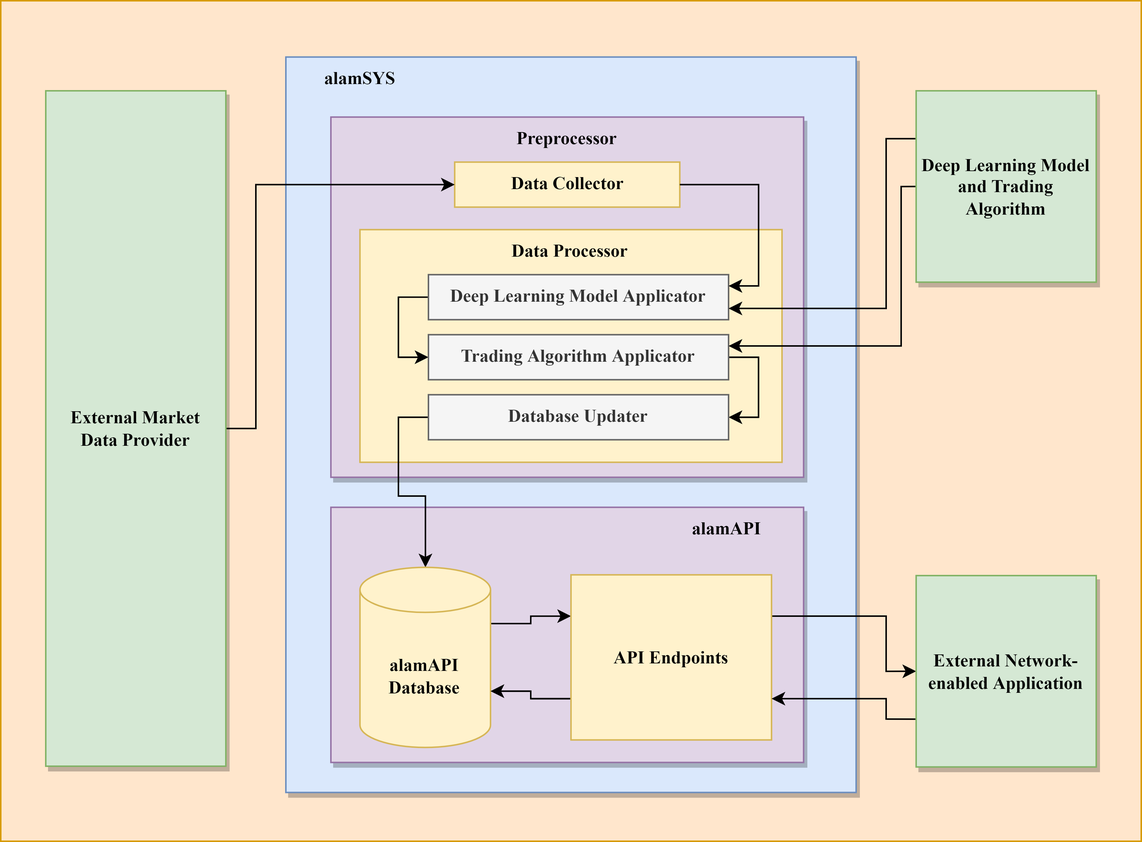
Before: SP_Paper/Final/assets/Chapter_3/SystemOverview.png, a diagram exported from draw.io (GravitonXD/OLARTE_SP). Source tidied: cells renumbered, new cells last; positions are measured from the earlier drawing's top-left corner, leaving out a move shared by most shapes. The source it was exported from:
```xml
<mxGraphModel>
  <root>
    <mxCell id="0" />
    <mxCell id="1" parent="0" />
    <mxCell id="2" style="rounded=0;whiteSpace=wrap;html=1;fillColor=#ffe6cc;strokeColor=#d79b00;" parent="1" vertex="1">
      <mxGeometry width="760" height="560" as="geometry" />
    </mxCell>
    <mxCell id="3" value="&lt;b&gt;&lt;font color=&quot;#000000&quot;&gt;&lt;span style=&quot;white-space: pre;&quot;&gt;&#9;&lt;/span&gt;alamSYS&lt;/font&gt;&lt;/b&gt;" style="rounded=0;whiteSpace=wrap;html=1;fontFamily=cmu;fontSource=https%3A%2F%2Ffontlibrary.org%2F%2Fface%2Fcmu-serif;verticalAlign=top;align=left;fillColor=#dae8fc;strokeColor=#6c8ebf;shadow=1;" parent="1" vertex="1">
      <mxGeometry x="190" y="37.5" width="380" height="490" as="geometry" />
    </mxCell>
    <mxCell id="4" value="&lt;font&gt;&lt;b&gt;Preprocessor&lt;/b&gt;&lt;/font&gt;" style="rounded=0;whiteSpace=wrap;html=1;fillColor=#e1d5e7;strokeColor=#9673a6;shadow=1;verticalAlign=top;fontColor=#000000;fontFamily=cmu;fontSource=https%3A%2F%2Ffontlibrary.org%2F%2Fface%2Fcmu-serif;" parent="1" vertex="1">
      <mxGeometry x="220" y="77.5" width="315" height="240" as="geometry" />
    </mxCell>
    <mxCell id="5" value="&lt;font color=&quot;#000000&quot;&gt;&lt;b&gt;alamAPI&lt;span style=&quot;white-space: pre;&quot;&gt;&#9;&lt;/span&gt;&lt;span style=&quot;white-space: pre;&quot;&gt;&#9;&lt;/span&gt;&lt;/b&gt;&lt;/font&gt;" style="rounded=0;whiteSpace=wrap;html=1;fillColor=#e1d5e7;strokeColor=#9673a6;shadow=1;verticalAlign=top;align=right;fontFamily=cmu;fontSource=https%3A%2F%2Ffontlibrary.org%2F%2Fface%2Fcmu-serif;" parent="1" vertex="1">
      <mxGeometry x="220" y="337.5" width="315" height="170" as="geometry" />
    </mxCell>
    <mxCell id="6" value="&lt;font color=&quot;#000000&quot;&gt;&lt;b&gt;Data Collector&lt;/b&gt;&lt;/font&gt;" style="rounded=0;whiteSpace=wrap;html=1;fillColor=#fff2cc;strokeColor=#d6b656;shadow=0;verticalAlign=top;fontFamily=cmu;fontSource=https%3A%2F%2Ffontlibrary.org%2F%2Fface%2Fcmu-serif;" parent="1" vertex="1">
      <mxGeometry x="302.5" y="107.5" width="150" height="30" as="geometry" />
    </mxCell>
    <mxCell id="7" value="&lt;font color=&quot;#000000&quot;&gt;&lt;b&gt;Data Processor&lt;/b&gt;&lt;/font&gt;" style="rounded=0;whiteSpace=wrap;html=1;fillColor=#fff2cc;strokeColor=#d6b656;shadow=0;verticalAlign=top;fontFamily=cmu;fontSource=https%3A%2F%2Ffontlibrary.org%2F%2Fface%2Fcmu-serif;" parent="1" vertex="1">
      <mxGeometry x="239.4" y="152.5" width="281.2" height="155" as="geometry" />
    </mxCell>
    <mxCell id="8" style="edgeStyle=orthogonalEdgeStyle;rounded=0;jettySize=auto;html=1;exitX=0;exitY=0.5;exitDx=0;exitDy=0;entryX=0;entryY=0.5;entryDx=0;entryDy=0;fontColor=#000000;strokeColor=#000000;" parent="1" edge="1" source="9" target="11">
      <mxGeometry relative="1" as="geometry" />
    </mxCell>
    <mxCell id="9" value="&lt;font&gt;&lt;b&gt;Deep Learning Model Applicator&lt;/b&gt;&lt;/font&gt;" style="rounded=0;whiteSpace=wrap;html=1;fillColor=#f5f5f5;strokeColor=#666666;shadow=0;verticalAlign=top;fontColor=#333333;fontFamily=cmu;fontSource=https%3A%2F%2Ffontlibrary.org%2F%2Fface%2Fcmu-serif;" parent="1" vertex="1">
      <mxGeometry x="285" y="182.5" width="200" height="30" as="geometry" />
    </mxCell>
    <mxCell id="10" style="edgeStyle=orthogonalEdgeStyle;rounded=0;jettySize=auto;html=1;exitX=1;exitY=0.5;exitDx=0;exitDy=0;entryX=1;entryY=0.5;entryDx=0;entryDy=0;fontColor=#000000;strokeColor=#000000;" parent="1" edge="1" source="11" target="13">
      <mxGeometry relative="1" as="geometry" />
    </mxCell>
    <mxCell id="11" value="&lt;font&gt;&lt;b&gt;Trading Algorithm Applicator&lt;/b&gt;&lt;/font&gt;" style="rounded=0;whiteSpace=wrap;html=1;fillColor=#f5f5f5;strokeColor=#666666;shadow=0;verticalAlign=top;fontColor=#333333;fontFamily=cmu;fontSource=https%3A%2F%2Ffontlibrary.org%2F%2Fface%2Fcmu-serif;" parent="1" vertex="1">
      <mxGeometry x="285" y="222.5" width="200" height="30" as="geometry" />
    </mxCell>
    <mxCell id="12" style="edgeStyle=orthogonalEdgeStyle;rounded=0;jettySize=auto;html=1;exitX=0;exitY=0.5;exitDx=0;exitDy=0;fontColor=#000000;strokeColor=#000000;" parent="1" edge="1" source="13" target="15">
      <mxGeometry relative="1" as="geometry">
        <Array as="points">
          <mxPoint x="265" y="278" />
          <mxPoint x="265" y="330" />
          <mxPoint x="283" y="330" />
        </Array>
      </mxGeometry>
    </mxCell>
    <mxCell id="13" value="&lt;font&gt;&lt;b&gt;Database Updater&lt;/b&gt;&lt;/font&gt;" style="rounded=0;whiteSpace=wrap;html=1;fillColor=#f5f5f5;strokeColor=#666666;shadow=0;verticalAlign=top;fontColor=#333333;fontFamily=cmu;fontSource=https%3A%2F%2Ffontlibrary.org%2F%2Fface%2Fcmu-serif;" parent="1" vertex="1">
      <mxGeometry x="285" y="262.5" width="200" height="30" as="geometry" />
    </mxCell>
    <mxCell id="14" style="edgeStyle=orthogonalEdgeStyle;rounded=0;jettySize=auto;html=1;exitX=1;exitY=0;exitDx=0;exitDy=37.5;exitPerimeter=0;entryX=0;entryY=0.25;entryDx=0;entryDy=0;fontColor=#000000;strokeColor=#000000;" parent="1" edge="1" source="15" target="18">
      <mxGeometry relative="1" as="geometry" />
    </mxCell>
    <mxCell id="15" value="&lt;font color=&quot;#000000&quot;&gt;&lt;b style=&quot;&quot;&gt;alamAPI&lt;br&gt;Database&lt;/b&gt;&lt;/font&gt;" style="shape=cylinder3;whiteSpace=wrap;html=1;boundedLbl=1;backgroundOutline=1;size=15;fillColor=#fff2cc;strokeColor=#d6b656;fontFamily=cmu;fontSource=https%3A%2F%2Ffontlibrary.org%2F%2Fface%2Fcmu-serif;" parent="1" vertex="1">
      <mxGeometry x="239.4" y="377.5" width="87" height="120" as="geometry" />
    </mxCell>
    <mxCell id="16" style="edgeStyle=orthogonalEdgeStyle;rounded=0;jettySize=auto;html=1;exitX=0;exitY=0.75;exitDx=0;exitDy=0;entryX=1;entryY=0;entryDx=0;entryDy=82.5;entryPerimeter=0;fontColor=#000000;strokeColor=#000000;" parent="1" edge="1" source="18" target="15">
      <mxGeometry relative="1" as="geometry" />
    </mxCell>
    <mxCell id="17" style="edgeStyle=orthogonalEdgeStyle;rounded=0;jettySize=auto;html=1;exitX=1;exitY=0.25;exitDx=0;exitDy=0;entryX=0;entryY=0.5;entryDx=0;entryDy=0;fontColor=#000000;strokeColor=#000000;" parent="1" edge="1" source="18" target="26">
      <mxGeometry relative="1" as="geometry">
        <Array as="points">
          <mxPoint x="590" y="410" />
          <mxPoint x="590" y="447" />
        </Array>
      </mxGeometry>
    </mxCell>
    <mxCell id="18" value="&lt;font color=&quot;#000000&quot;&gt;&lt;b&gt;API Endpoints&lt;/b&gt;&lt;/font&gt;" style="rounded=0;whiteSpace=wrap;html=1;fillColor=#fff2cc;strokeColor=#d6b656;shadow=0;verticalAlign=middle;fontFamily=cmu;fontSource=https%3A%2F%2Ffontlibrary.org%2F%2Fface%2Fcmu-serif;" parent="1" vertex="1">
      <mxGeometry x="380" y="382.5" width="133.6" height="110" as="geometry" />
    </mxCell>
    <mxCell id="19" style="edgeStyle=orthogonalEdgeStyle;rounded=0;jettySize=auto;html=1;exitX=1;exitY=0.5;exitDx=0;exitDy=0;entryX=0;entryY=0.5;entryDx=0;entryDy=0;fontColor=#000000;strokeColor=#000000;" parent="1" edge="1" source="20" target="6">
      <mxGeometry relative="1" as="geometry">
        <Array as="points">
          <mxPoint x="170" y="285" />
          <mxPoint x="170" y="123" />
        </Array>
      </mxGeometry>
    </mxCell>
    <mxCell id="20" value="&lt;b&gt;External Market&lt;br&gt;Data Provider&lt;br&gt;&lt;/b&gt;" style="rounded=0;whiteSpace=wrap;html=1;fillColor=#d5e8d4;strokeColor=#82b366;fontFamily=cmu;fontSource=https%3A%2F%2Ffontlibrary.org%2F%2Fface%2Fcmu-serif;shadow=1;fontColor=#000000;" parent="1" vertex="1">
      <mxGeometry x="30" y="60" width="120" height="450" as="geometry" />
    </mxCell>
    <mxCell id="21" style="edgeStyle=orthogonalEdgeStyle;rounded=0;jettySize=auto;html=1;exitX=1;exitY=0.5;exitDx=0;exitDy=0;entryX=1;entryY=0.25;entryDx=0;entryDy=0;fontColor=#000000;strokeColor=#000000;" parent="1" edge="1" source="6" target="9">
      <mxGeometry relative="1" as="geometry" />
    </mxCell>
    <mxCell id="22" style="edgeStyle=orthogonalEdgeStyle;rounded=0;jettySize=auto;html=1;exitX=0;exitY=0.25;exitDx=0;exitDy=0;entryX=1;entryY=0.75;entryDx=0;entryDy=0;fontColor=#000000;strokeColor=#000000;" parent="1" edge="1" source="24" target="9">
      <mxGeometry relative="1" as="geometry">
        <Array as="points">
          <mxPoint x="590" y="92" />
          <mxPoint x="590" y="205" />
        </Array>
      </mxGeometry>
    </mxCell>
    <mxCell id="23" style="edgeStyle=orthogonalEdgeStyle;rounded=0;jettySize=auto;html=1;exitX=0;exitY=0.5;exitDx=0;exitDy=0;entryX=1;entryY=0.25;entryDx=0;entryDy=0;fontColor=#000000;strokeColor=#000000;" parent="1" edge="1" source="24" target="11">
      <mxGeometry relative="1" as="geometry">
        <Array as="points">
          <mxPoint x="600" y="124" />
          <mxPoint x="600" y="230" />
        </Array>
      </mxGeometry>
    </mxCell>
    <mxCell id="24" value="&lt;b&gt;Deep Learning Model and Trading Algorithm&lt;br&gt;&lt;/b&gt;" style="rounded=0;whiteSpace=wrap;html=1;fillColor=#d5e8d4;strokeColor=#82b366;fontFamily=cmu;fontSource=https%3A%2F%2Ffontlibrary.org%2F%2Fface%2Fcmu-serif;shadow=1;fontColor=#000000;" parent="1" vertex="1">
      <mxGeometry x="610" y="60" width="120" height="127.5" as="geometry" />
    </mxCell>
    <mxCell id="25" style="edgeStyle=orthogonalEdgeStyle;rounded=0;jettySize=auto;html=1;exitX=0;exitY=0.75;exitDx=0;exitDy=0;entryX=1;entryY=0.75;entryDx=0;entryDy=0;fontColor=#000000;strokeColor=#000000;" parent="1" edge="1" source="26" target="18">
      <mxGeometry relative="1" as="geometry">
        <Array as="points">
          <mxPoint x="590" y="479" />
          <mxPoint x="590" y="465" />
        </Array>
      </mxGeometry>
    </mxCell>
    <mxCell id="26" value="&lt;b&gt;External Network-enabled Application&lt;br&gt;&lt;/b&gt;" style="rounded=0;whiteSpace=wrap;html=1;fillColor=#d5e8d4;strokeColor=#82b366;fontFamily=cmu;fontSource=https%3A%2F%2Ffontlibrary.org%2F%2Fface%2Fcmu-serif;shadow=1;fontColor=#000000;" parent="1" vertex="1">
      <mxGeometry x="610" y="383" width="120" height="127.5" as="geometry" />
    </mxCell>
  </root>
</mxGraphModel>
```
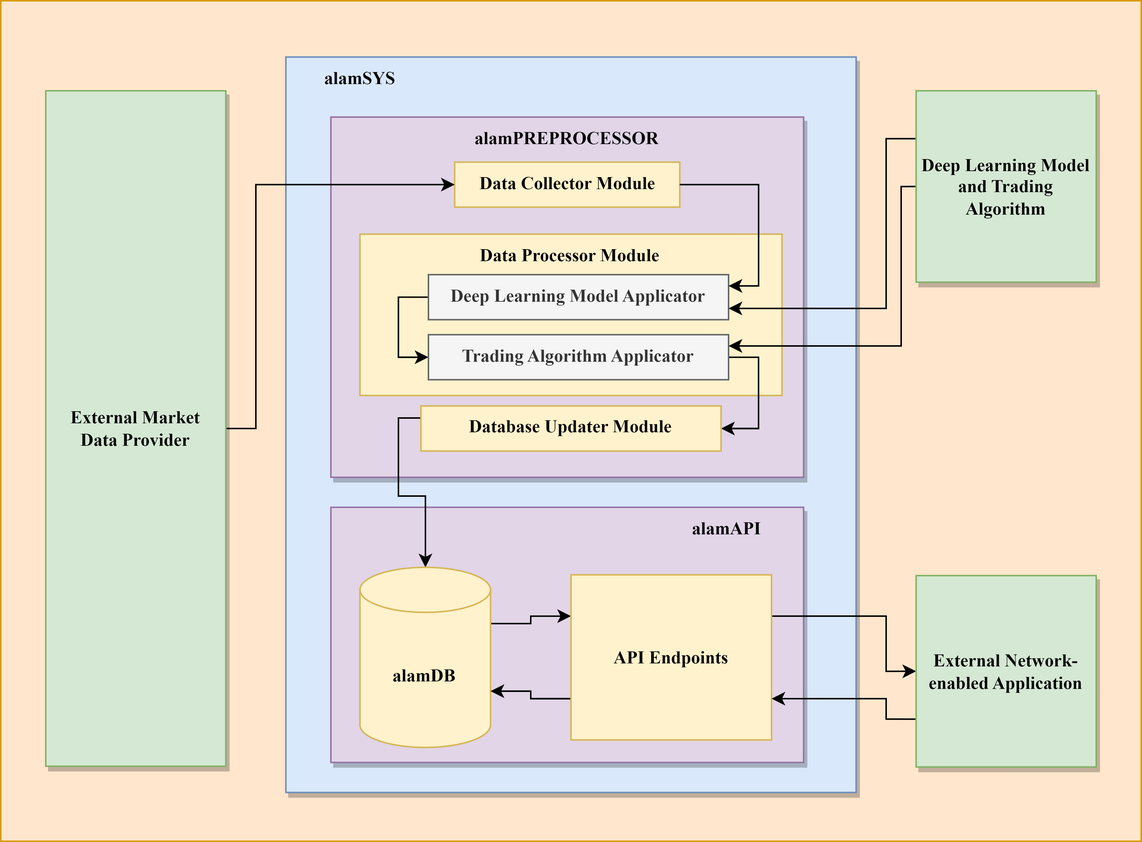
After the commit.

Change to the diagram source:
```diff
@@ -8,17 +8,17 @@
     <mxCell id="3" value="&lt;b&gt;&lt;font color=&quot;#000000&quot;&gt;&lt;span style=&quot;white-space: pre;&quot;&gt;&#9;&lt;/span&gt;alamSYS&lt;/font&gt;&lt;/b&gt;" style="rounded=0;whiteSpace=wrap;html=1;fontFamily=cmu;fontSource=https%3A%2F%2Ffontlibrary.org%2F%2Fface%2Fcmu-serif;verticalAlign=top;align=left;fillColor=#dae8fc;strokeColor=#6c8ebf;shadow=1;" parent="1" vertex="1">
       <mxGeometry x="190" y="37.5" width="380" height="490" as="geometry" />
     </mxCell>
-    <mxCell id="4" value="&lt;font&gt;&lt;b&gt;Preprocessor&lt;/b&gt;&lt;/font&gt;" style="rounded=0;whiteSpace=wrap;html=1;fillColor=#e1d5e7;strokeColor=#9673a6;shadow=1;verticalAlign=top;fontColor=#000000;fontFamily=cmu;fontSource=https%3A%2F%2Ffontlibrary.org%2F%2Fface%2Fcmu-serif;" parent="1" vertex="1">
+    <mxCell id="4" value="&lt;font&gt;&lt;b&gt;alamPREPROCESSOR&lt;/b&gt;&lt;/font&gt;" style="rounded=0;whiteSpace=wrap;html=1;fillColor=#e1d5e7;strokeColor=#9673a6;shadow=1;verticalAlign=top;fontColor=#000000;fontFamily=cmu;fontSource=https%3A%2F%2Ffontlibrary.org%2F%2Fface%2Fcmu-serif;" parent="1" vertex="1">
       <mxGeometry x="220" y="77.5" width="315" height="240" as="geometry" />
     </mxCell>
     <mxCell id="5" value="&lt;font color=&quot;#000000&quot;&gt;&lt;b&gt;alamAPI&lt;span style=&quot;white-space: pre;&quot;&gt;&#9;&lt;/span&gt;&lt;span style=&quot;white-space: pre;&quot;&gt;&#9;&lt;/span&gt;&lt;/b&gt;&lt;/font&gt;" style="rounded=0;whiteSpace=wrap;html=1;fillColor=#e1d5e7;strokeColor=#9673a6;shadow=1;verticalAlign=top;align=right;fontFamily=cmu;fontSource=https%3A%2F%2Ffontlibrary.org%2F%2Fface%2Fcmu-serif;" parent="1" vertex="1">
       <mxGeometry x="220" y="337.5" width="315" height="170" as="geometry" />
     </mxCell>
-    <mxCell id="6" value="&lt;font color=&quot;#000000&quot;&gt;&lt;b&gt;Data Collector&lt;/b&gt;&lt;/font&gt;" style="rounded=0;whiteSpace=wrap;html=1;fillColor=#fff2cc;strokeColor=#d6b656;shadow=0;verticalAlign=top;fontFamily=cmu;fontSource=https%3A%2F%2Ffontlibrary.org%2F%2Fface%2Fcmu-serif;" parent="1" vertex="1">
+    <mxCell id="6" value="&lt;font color=&quot;#000000&quot;&gt;&lt;b&gt;Data Collector Module&lt;/b&gt;&lt;/font&gt;" style="rounded=0;whiteSpace=wrap;html=1;fillColor=#fff2cc;strokeColor=#d6b656;shadow=0;verticalAlign=top;fontFamily=cmu;fontSource=https%3A%2F%2Ffontlibrary.org%2F%2Fface%2Fcmu-serif;" parent="1" vertex="1">
       <mxGeometry x="302.5" y="107.5" width="150" height="30" as="geometry" />
     </mxCell>
-    <mxCell id="7" value="&lt;font color=&quot;#000000&quot;&gt;&lt;b&gt;Data Processor&lt;/b&gt;&lt;/font&gt;" style="rounded=0;whiteSpace=wrap;html=1;fillColor=#fff2cc;strokeColor=#d6b656;shadow=0;verticalAlign=top;fontFamily=cmu;fontSource=https%3A%2F%2Ffontlibrary.org%2F%2Fface%2Fcmu-serif;" parent="1" vertex="1">
-      <mxGeometry x="239.4" y="152.5" width="281.2" height="155" as="geometry" />
+    <mxCell id="7" value="&lt;font color=&quot;#000000&quot;&gt;&lt;b&gt;Data Processor Module&lt;/b&gt;&lt;/font&gt;" style="rounded=0;whiteSpace=wrap;html=1;fillColor=#fff2cc;strokeColor=#d6b656;shadow=0;verticalAlign=top;fontFamily=cmu;fontSource=https%3A%2F%2Ffontlibrary.org%2F%2Fface%2Fcmu-serif;" parent="1" vertex="1">
+      <mxGeometry x="239.4" y="155.5" width="281.2" height="107.5" as="geometry" />
     </mxCell>
     <mxCell id="8" style="edgeStyle=orthogonalEdgeStyle;rounded=0;jettySize=auto;html=1;exitX=0;exitY=0.5;exitDx=0;exitDy=0;entryX=0;entryY=0.5;entryDx=0;entryDy=0;fontColor=#000000;strokeColor=#000000;" parent="1" edge="1" source="9" target="11">
       <mxGeometry relative="1" as="geometry" />
@@ -41,13 +41,13 @@
         </Array>
       </mxGeometry>
     </mxCell>
-    <mxCell id="13" value="&lt;font&gt;&lt;b&gt;Database Updater&lt;/b&gt;&lt;/font&gt;" style="rounded=0;whiteSpace=wrap;html=1;fillColor=#f5f5f5;strokeColor=#666666;shadow=0;verticalAlign=top;fontColor=#333333;fontFamily=cmu;fontSource=https%3A%2F%2Ffontlibrary.org%2F%2Fface%2Fcmu-serif;" parent="1" vertex="1">
-      <mxGeometry x="285" y="262.5" width="200" height="30" as="geometry" />
+    <mxCell id="13" value="&lt;font&gt;&lt;b&gt;Database Updater Module&lt;/b&gt;&lt;/font&gt;" style="rounded=0;whiteSpace=wrap;html=1;fillColor=#fff2cc;strokeColor=#d6b656;shadow=0;verticalAlign=top;fontFamily=cmu;fontSource=https%3A%2F%2Ffontlibrary.org%2F%2Fface%2Fcmu-serif;" parent="1" vertex="1">
+      <mxGeometry x="280" y="270" width="200" height="30" as="geometry" />
     </mxCell>
     <mxCell id="14" style="edgeStyle=orthogonalEdgeStyle;rounded=0;jettySize=auto;html=1;exitX=1;exitY=0;exitDx=0;exitDy=37.5;exitPerimeter=0;entryX=0;entryY=0.25;entryDx=0;entryDy=0;fontColor=#000000;strokeColor=#000000;" parent="1" edge="1" source="15" target="18">
       <mxGeometry relative="1" as="geometry" />
     </mxCell>
-    <mxCell id="15" value="&lt;font color=&quot;#000000&quot;&gt;&lt;b style=&quot;&quot;&gt;alamAPI&lt;br&gt;Database&lt;/b&gt;&lt;/font&gt;" style="shape=cylinder3;whiteSpace=wrap;html=1;boundedLbl=1;backgroundOutline=1;size=15;fillColor=#fff2cc;strokeColor=#d6b656;fontFamily=cmu;fontSource=https%3A%2F%2Ffontlibrary.org%2F%2Fface%2Fcmu-serif;" parent="1" vertex="1">
+    <mxCell id="15" value="&lt;b&gt;alamDB&lt;/b&gt;" style="shape=cylinder3;whiteSpace=wrap;html=1;boundedLbl=1;backgroundOutline=1;size=15;fillColor=#fff2cc;strokeColor=#d6b656;fontFamily=cmu;fontSource=https%3A%2F%2Ffontlibrary.org%2F%2Fface%2Fcmu-serif;" parent="1" vertex="1">
       <mxGeometry x="239.4" y="377.5" width="87" height="120" as="geometry" />
     </mxCell>
     <mxCell id="16" style="edgeStyle=orthogonalEdgeStyle;rounded=0;jettySize=auto;html=1;exitX=0;exitY=0.75;exitDx=0;exitDy=0;entryX=1;entryY=0;entryDx=0;entryDy=82.5;entryPerimeter=0;fontColor=#000000;strokeColor=#000000;" parent="1" edge="1" source="18" target="15">
```
